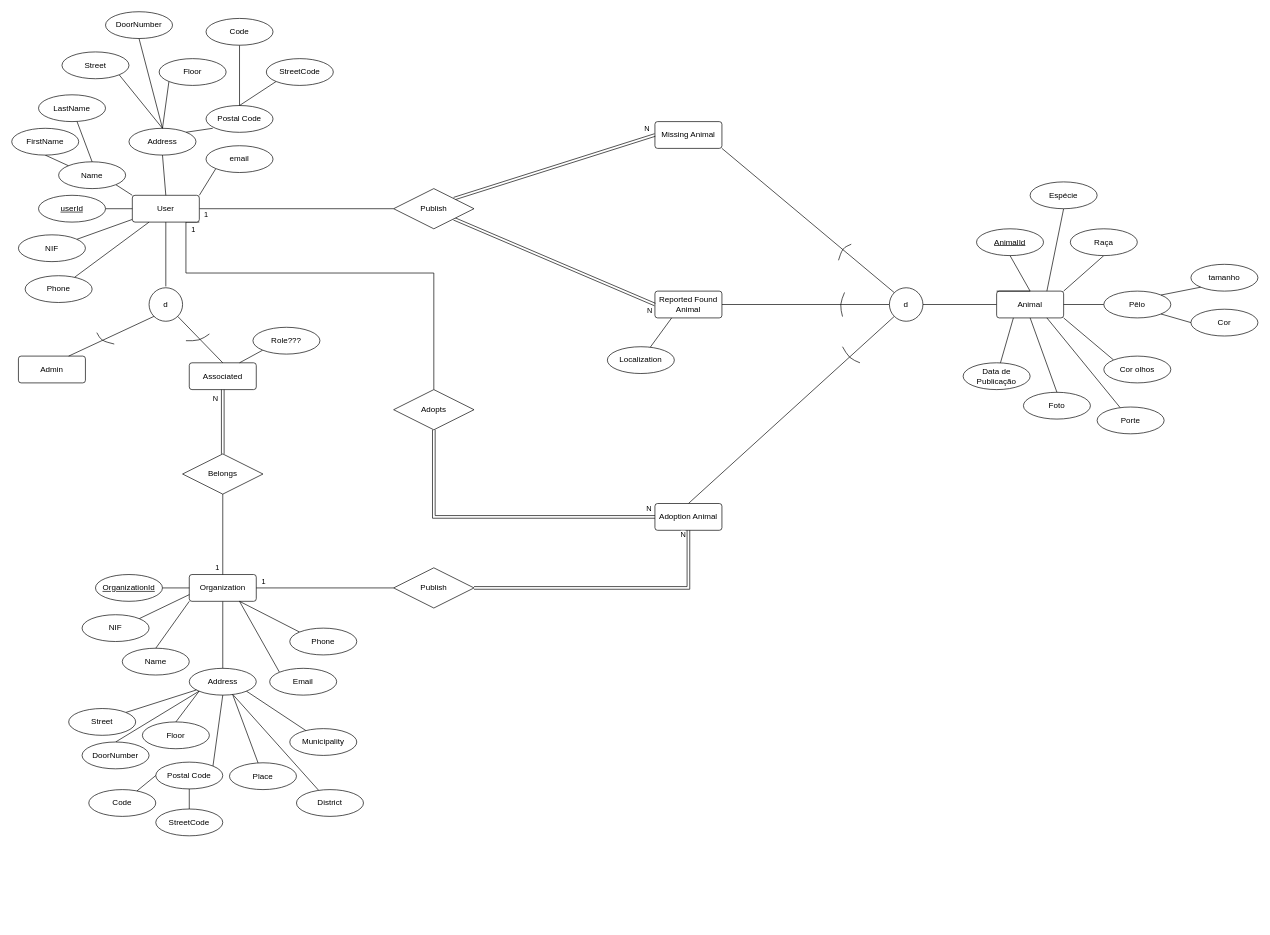
Before: Docs/DER.drawio in Projecto-Final-de-Curso-TeSP-PSI/pet-adoption, a draw.io diagram. Source tidied: cells renumbered, new cells numbered last; positions are measured from the earlier drawing's top-left corner, leaving out a move shared by most shapes. Both pictures are drawn from the tidied source at 67%, with x=0, y=0 at pixel (11, 11).
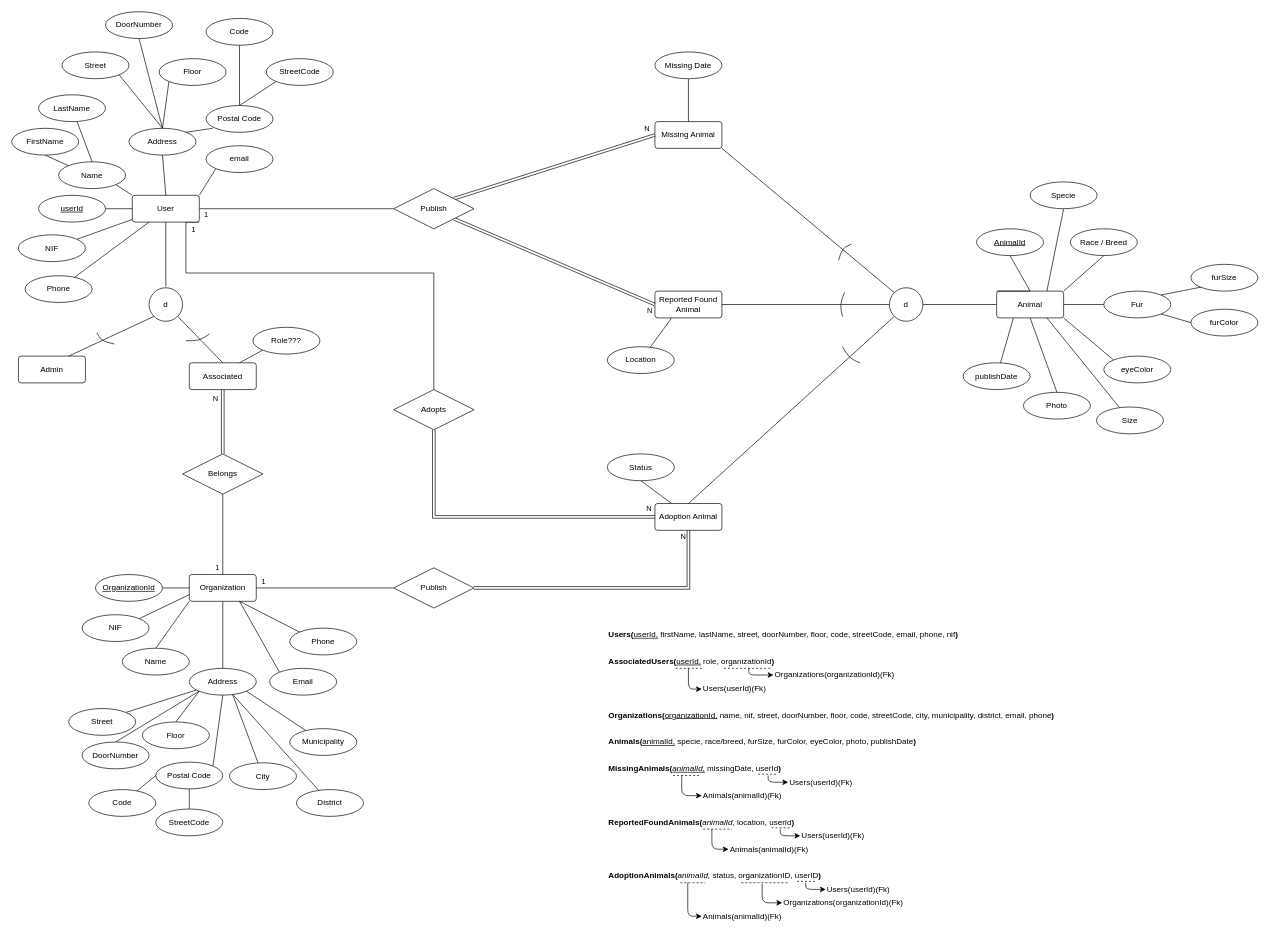
The same page after the edit.

Unchanged cells that the change refers to:
```xml
<mxCell id="16" value="Adoption Animal" style="rounded=1;arcSize=10;whiteSpace=wrap;html=1;align=center;" parent="1" vertex="1">
  <mxGeometry x="960" y="734" width="100" height="40" as="geometry" />
</mxCell>
<mxCell id="17" value="Missing Animal" style="rounded=1;arcSize=10;whiteSpace=wrap;html=1;align=center;" parent="1" vertex="1">
  <mxGeometry x="960" y="164" width="100" height="40" as="geometry" />
</mxCell>
<mxCell id="26" style="group;" parent="1" vertex="1">
  <mxGeometry x="55" y="840" width="490" height="320" as="geometry" />
</mxCell>
<mxCell id="82" style="edgeStyle=orthogonalEdgeStyle;rounded=0;jettySize=auto;html=1;exitX=1;exitY=0.5;exitDx=0;exitDy=0;entryX=0.5;entryY=1;entryDx=0;entryDy=0;endArrow=none;endFill=0;shape=link;" parent="1" edge="1" source="84" target="16">
  <mxGeometry relative="1" as="geometry" />
</mxCell>
```

What changed in the source:
```diff
@@
+    <mxCell id="139" style="rounded=0;jettySize=auto;html=1;exitX=0.25;exitY=0;exitDx=0;exitDy=0;entryX=0.5;entryY=1;entryDx=0;entryDy=0;endArrow=none;endFill=0;strokeWidth=1;" parent="1" edge="1" source="16" target="172">
+      <mxGeometry relative="1" as="geometry" />
+    </mxCell>
@@
-    <mxCell id="53" value="Place" style="ellipse;whiteSpace=wrap;html=1;align=center;" parent="26" vertex="1">
+    <mxCell id="53" value="City" style="ellipse;whiteSpace=wrap;html=1;align=center;" parent="26" vertex="1">
       <mxGeometry x="270" y="281" width="100" height="40" as="geometry" />
     </mxCell>
@@
-    <mxCell id="60" value="Data de Publicação" style="ellipse;whiteSpace=wrap;html=1;align=center;" parent="1" vertex="1">
+    <mxCell id="60" value="publishDate" style="ellipse;whiteSpace=wrap;html=1;align=center;" parent="1" vertex="1">
       <mxGeometry x="1420" y="524" width="100" height="40" as="geometry" />
     </mxCell>
-    <mxCell id="61" value="Foto" style="ellipse;whiteSpace=wrap;html=1;align=center;" parent="1" vertex="1">
+    <mxCell id="61" value="Photo" style="ellipse;whiteSpace=wrap;html=1;align=center;" parent="1" vertex="1">
       <mxGeometry x="1510" y="568" width="100" height="40" as="geometry" />
     </mxCell>
@@
-    <mxCell id="67" value="Cor" style="ellipse;whiteSpace=wrap;html=1;align=center;" parent="1" vertex="1">
+    <mxCell id="67" value="furColor" style="ellipse;whiteSpace=wrap;html=1;align=center;" parent="1" vertex="1">
       <mxGeometry x="1760" y="444" width="100" height="40" as="geometry" />
     </mxCell>
@@
-    <mxCell id="69" value="Porte" style="ellipse;whiteSpace=wrap;html=1;align=center;" parent="1" vertex="1">
-      <mxGeometry x="1620" y="590" width="100" height="40" as="geometry" />
+    <mxCell id="69" value="Size" style="ellipse;whiteSpace=wrap;html=1;align=center;" parent="1" vertex="1">
+      <mxGeometry x="1619" y="590" width="100" height="40" as="geometry" />
     </mxCell>
@@
-    <mxCell id="71" value="Cor olhos" style="ellipse;whiteSpace=wrap;html=1;align=center;" parent="1" vertex="1">
+    <mxCell id="71" value="eyeColor" style="ellipse;whiteSpace=wrap;html=1;align=center;" parent="1" vertex="1">
       <mxGeometry x="1630" y="514" width="100" height="40" as="geometry" />
     </mxCell>
@@
-    <mxCell id="73" value="Espécie" style="ellipse;whiteSpace=wrap;html=1;align=center;" parent="1" vertex="1">
+    <mxCell id="73" value="Specie" style="ellipse;whiteSpace=wrap;html=1;align=center;" parent="1" vertex="1">
       <mxGeometry x="1520" y="254" width="100" height="40" as="geometry" />
     </mxCell>
-    <mxCell id="74" value="tamanho" style="ellipse;whiteSpace=wrap;html=1;align=center;" parent="1" vertex="1">
+    <mxCell id="74" value="furSize" style="ellipse;whiteSpace=wrap;html=1;align=center;" parent="1" vertex="1">
       <mxGeometry x="1760" y="377" width="100" height="40" as="geometry" />
     </mxCell>
@@
-    <mxCell id="76" value="Pêlo" style="ellipse;whiteSpace=wrap;html=1;align=center;" parent="1" vertex="1">
+    <mxCell id="76" value="Fur" style="ellipse;whiteSpace=wrap;html=1;align=center;" parent="1" vertex="1">
       <mxGeometry x="1630" y="417" width="100" height="40" as="geometry" />
     </mxCell>
@@
-    <mxCell id="80" value="Raça" style="ellipse;whiteSpace=wrap;html=1;align=center;" parent="1" vertex="1">
+    <mxCell id="80" value="Race / Breed" style="ellipse;whiteSpace=wrap;html=1;align=center;" parent="1" vertex="1">
       <mxGeometry x="1580" y="324" width="100" height="40" as="geometry" />
     </mxCell>
@@
     <mxCell id="83" value="N" style="edgeLabel;html=1;align=center;verticalAlign=middle;" parent="82" vertex="1">
       <mxGeometry x="0.3" y="-1" relative="1" as="geometry">
-        <mxPoint x="47.1" y="-81" as="offset" />
+        <mxPoint x="47.1" y="-79" as="offset" />
       </mxGeometry>
     </mxCell>
@@
-    <mxCell id="138" value="Localization" style="ellipse;whiteSpace=wrap;html=1;align=center;" parent="1" vertex="1">
+    <mxCell id="138" value="Location" style="ellipse;whiteSpace=wrap;html=1;align=center;" parent="1" vertex="1">
       <mxGeometry x="889" y="500" width="100" height="40" as="geometry" />
     </mxCell>
+    <mxCell id="140" style="edgeStyle=orthogonalEdgeStyle;rounded=0;jettySize=auto;html=1;entryX=0.5;entryY=0;entryDx=0;entryDy=0;endArrow=none;endFill=0;" parent="1" edge="1" source="141" target="17">
+      <mxGeometry relative="1" as="geometry" />
+    </mxCell>
+    <mxCell id="141" value="Missing Date" style="ellipse;whiteSpace=wrap;html=1;align=center;" parent="1" vertex="1">
+      <mxGeometry x="960" y="60" width="100" height="40" as="geometry" />
+    </mxCell>
+    <mxCell id="142" value="&lt;b&gt;Users(&lt;/b&gt;&lt;u&gt;userId,&lt;/u&gt;&amp;nbsp;firstName, lastName, street, doorNumber, floor, code, streetCode, email, phone, nif&lt;b&gt;)&lt;/b&gt;" style="text;html=1;strokeColor=none;fillColor=none;align=left;verticalAlign=middle;rounded=0;" parent="1" vertex="1">
+      <mxGeometry x="889" y="920" width="190" height="20" as="geometry" />
+    </mxCell>
+    <mxCell id="143" value="&lt;div&gt;&lt;b&gt;Organizations(&lt;/b&gt;&lt;u&gt;organizationId,&lt;/u&gt;&lt;span&gt;&amp;nbsp;name, nif, street, doorNumber, floor, code, streetCode, city, municipality, district, email, phone&lt;/span&gt;&lt;b&gt;)&lt;/b&gt;&lt;/div&gt;" style="text;html=1;strokeColor=none;fillColor=none;align=left;verticalAlign=middle;rounded=0;" parent="1" vertex="1">
+      <mxGeometry x="889" y="1040" width="40" height="20" as="geometry" />
+    </mxCell>
+    <mxCell id="144" value="&lt;b&gt;Animals(&lt;/b&gt;&lt;u&gt;animalId,&lt;/u&gt;&amp;nbsp;specie, race/breed, furSize, furColor, eyeColor, photo, publishDate&lt;b&gt;)&lt;/b&gt;" style="text;html=1;strokeColor=none;fillColor=none;align=left;verticalAlign=middle;rounded=0;" parent="1" vertex="1">
+      <mxGeometry x="889" y="1080" width="40" height="20" as="geometry" />
+    </mxCell>
+    <mxCell id="145" style="group;" parent="1" vertex="1">
+      <mxGeometry x="889" y="1120" width="181" height="60" as="geometry" />
+    </mxCell>
+    <mxCell id="146" value="&lt;b&gt;MissingAnimals(&lt;/b&gt;&lt;i&gt;&lt;u&gt;animalId,&lt;/u&gt;&amp;nbsp;&lt;/i&gt;missingDate, userId&lt;b&gt;)&lt;/b&gt;" style="text;html=1;strokeColor=none;fillColor=none;align=left;verticalAlign=middle;rounded=0;" parent="145" vertex="1">
+      <mxGeometry width="40" height="20" as="geometry" />
+    </mxCell>
+    <mxCell id="147" style="endArrow=none;dashed=1;html=1;strokeWidth=1;" parent="145" edge="1">
+      <mxGeometry relative="1" as="geometry">
+        <mxPoint x="98" y="20" as="sourcePoint" />
+        <mxPoint x="140" y="20" as="targetPoint" />
+      </mxGeometry>
+    </mxCell>
+    <mxCell id="148" value="Animals(animalId)(Fk)" style="text;html=1;strokeColor=none;fillColor=none;align=left;verticalAlign=middle;rounded=0;" parent="145" vertex="1">
+      <mxGeometry x="141" y="40" width="40" height="20" as="geometry" />
+    </mxCell>
+    <mxCell id="149" style="group;" parent="1" vertex="1">
+      <mxGeometry x="889" y="1200" width="181" height="49" as="geometry" />
+    </mxCell>
+    <mxCell id="150" value="&lt;b&gt;ReportedFoundAnimals(&lt;/b&gt;&lt;i&gt;animalId,&lt;/i&gt;&amp;nbsp;location, userId&lt;b&gt;)&lt;/b&gt;" style="text;html=1;strokeColor=none;fillColor=none;align=left;verticalAlign=middle;rounded=0;" parent="149" vertex="1">
+      <mxGeometry width="40" height="20" as="geometry" />
+    </mxCell>
+    <mxCell id="151" style="endArrow=classic;html=1;edgeStyle=orthogonalEdgeStyle;entryX=0;entryY=0.5;entryDx=0;entryDy=0;" parent="149" edge="1" target="157">
+      <mxGeometry relative="1" as="geometry">
+        <mxPoint x="156" y="20" as="sourcePoint" />
+        <Array as="points">
+          <mxPoint x="156" y="50" />
+        </Array>
+      </mxGeometry>
+    </mxCell>
+    <mxCell id="152" style="endArrow=none;dashed=1;html=1;strokeWidth=1;" parent="149" edge="1">
+      <mxGeometry relative="1" as="geometry">
+        <mxPoint x="143" y="20" as="sourcePoint" />
+        <mxPoint x="186" y="20" as="targetPoint" />
+      </mxGeometry>
+    </mxCell>
+    <mxCell id="153" style="group;" parent="1" vertex="1">
+      <mxGeometry x="889" y="1280" width="181" height="49" as="geometry" />
+    </mxCell>
+    <mxCell id="154" value="&lt;b&gt;AdoptionAnimals(&lt;/b&gt;&lt;i&gt;animalId,&lt;/i&gt;&amp;nbsp;status, organizationID, userID&lt;b&gt;)&lt;/b&gt;" style="text;html=1;strokeColor=none;fillColor=none;align=left;verticalAlign=middle;rounded=0;" parent="153" vertex="1">
+      <mxGeometry width="40" height="20" as="geometry" />
+    </mxCell>
+    <mxCell id="155" style="endArrow=classic;html=1;edgeStyle=orthogonalEdgeStyle;entryX=0;entryY=0.5;entryDx=0;entryDy=0;" parent="153" edge="1" target="165">
+      <mxGeometry relative="1" as="geometry">
+        <mxPoint x="120" y="20" as="sourcePoint" />
+        <Array as="points">
+          <mxPoint x="120" y="70" />
+        </Array>
+      </mxGeometry>
+    </mxCell>
+    <mxCell id="156" style="endArrow=none;dashed=1;html=1;strokeWidth=1;" parent="153" edge="1">
+      <mxGeometry relative="1" as="geometry">
+        <mxPoint x="109" y="20" as="sourcePoint" />
+        <mxPoint x="146" y="20" as="targetPoint" />
+      </mxGeometry>
+    </mxCell>
+    <mxCell id="157" value="Animals(animalId)(Fk)" style="text;html=1;strokeColor=none;fillColor=none;align=left;verticalAlign=middle;rounded=0;" parent="1" vertex="1">
+      <mxGeometry x="1070" y="1240" width="40" height="20" as="geometry" />
+    </mxCell>
+    <mxCell id="158" style="endArrow=none;dashed=1;html=1;strokeWidth=1;" parent="1" edge="1">
+      <mxGeometry relative="1" as="geometry">
+        <mxPoint x="1114" y="1138" as="sourcePoint" />
+        <mxPoint x="1144" y="1138" as="targetPoint" />
+      </mxGeometry>
+    </mxCell>
+    <mxCell id="159" style="endArrow=classic;html=1;strokeWidth=1;entryX=0;entryY=0.5;entryDx=0;entryDy=0;" parent="1" edge="1" target="148">
+      <mxGeometry relative="1" as="geometry">
+        <mxPoint x="1000" y="1140" as="sourcePoint" />
+        <Array as="points">
+          <mxPoint x="1000" y="1170" />
+        </Array>
+      </mxGeometry>
+    </mxCell>
+    <mxCell id="160" style="endArrow=classic;html=1;strokeWidth=1;entryX=0;entryY=0.5;entryDx=0;entryDy=0;" parent="1" edge="1">
+      <mxGeometry relative="1" as="geometry">
+        <mxPoint x="1129" y="1140" as="sourcePoint" />
+        <mxPoint x="1159" y="1150" as="targetPoint" />
+        <Array as="points">
+          <mxPoint x="1129" y="1150" />
+        </Array>
+      </mxGeometry>
+    </mxCell>
+    <mxCell id="161" value="Users(userId)(Fk)" style="text;html=1;strokeColor=none;fillColor=none;align=left;verticalAlign=middle;rounded=0;" parent="1" vertex="1">
+      <mxGeometry x="1159" y="1140" width="40" height="20" as="geometry" />
+    </mxCell>
+    <mxCell id="162" style="endArrow=none;dashed=1;html=1;strokeWidth=1;" parent="1" edge="1">
+      <mxGeometry relative="1" as="geometry">
+        <mxPoint x="1134" y="1218" as="sourcePoint" />
+        <mxPoint x="1164" y="1218" as="targetPoint" />
+      </mxGeometry>
+    </mxCell>
+    <mxCell id="163" style="endArrow=classic;html=1;strokeWidth=1;entryX=0;entryY=0.5;entryDx=0;entryDy=0;" parent="1" edge="1" target="164">
+      <mxGeometry relative="1" as="geometry">
+        <mxPoint x="1147" y="1220" as="sourcePoint" />
+        <Array as="points">
+          <mxPoint x="1147" y="1230" />
+        </Array>
+      </mxGeometry>
+    </mxCell>
+    <mxCell id="164" value="Users(userId)(Fk)" style="text;html=1;strokeColor=none;fillColor=none;align=left;verticalAlign=middle;rounded=0;" parent="1" vertex="1">
+      <mxGeometry x="1177" y="1220" width="40" height="20" as="geometry" />
+    </mxCell>
+    <mxCell id="165" value="Animals(animalId)(Fk)" style="text;html=1;strokeColor=none;fillColor=none;align=left;verticalAlign=middle;rounded=0;" parent="1" vertex="1">
+      <mxGeometry x="1030" y="1340" width="40" height="20" as="geometry" />
+    </mxCell>
+    <mxCell id="166" style="endArrow=none;dashed=1;html=1;strokeWidth=1;" parent="1" edge="1">
+      <mxGeometry relative="1" as="geometry">
+        <mxPoint x="1172" y="1298" as="sourcePoint" />
+        <mxPoint x="1202" y="1298" as="targetPoint" />
+      </mxGeometry>
+    </mxCell>
+    <mxCell id="167" style="endArrow=classic;html=1;strokeWidth=1;entryX=0;entryY=0.5;entryDx=0;entryDy=0;" parent="1" edge="1" target="168">
+      <mxGeometry relative="1" as="geometry">
+        <mxPoint x="1185" y="1300" as="sourcePoint" />
+        <Array as="points">
+          <mxPoint x="1185" y="1310" />
+        </Array>
+      </mxGeometry>
+    </mxCell>
+    <mxCell id="168" value="Users(userId)(Fk)" style="text;html=1;strokeColor=none;fillColor=none;align=left;verticalAlign=middle;rounded=0;" parent="1" vertex="1">
+      <mxGeometry x="1215" y="1300" width="40" height="20" as="geometry" />
+    </mxCell>
+    <mxCell id="169" style="endArrow=none;dashed=1;html=1;strokeWidth=1;" parent="1" edge="1">
+      <mxGeometry relative="1" as="geometry">
+        <mxPoint x="1089" y="1300" as="sourcePoint" />
+        <mxPoint x="1159" y="1300" as="targetPoint" />
+      </mxGeometry>
+    </mxCell>
+    <mxCell id="170" style="endArrow=classic;html=1;strokeWidth=1;entryX=0;entryY=0.5;entryDx=0;entryDy=0;" parent="1" edge="1" target="171">
+      <mxGeometry relative="1" as="geometry">
+        <mxPoint x="1120" y="1302" as="sourcePoint" />
+        <Array as="points">
+          <mxPoint x="1120" y="1330" />
+        </Array>
+      </mxGeometry>
+    </mxCell>
+    <mxCell id="171" value="Organizations(organizationId)(Fk)" style="text;html=1;strokeColor=none;fillColor=none;align=left;verticalAlign=middle;rounded=0;" parent="1" vertex="1">
+      <mxGeometry x="1150" y="1320" width="40" height="20" as="geometry" />
+    </mxCell>
+    <mxCell id="172" value="Status" style="ellipse;whiteSpace=wrap;html=1;align=center;" parent="1" vertex="1">
+      <mxGeometry x="889" y="660" width="100" height="40" as="geometry" />
+    </mxCell>
+    <mxCell id="173" value="&lt;b&gt;AssociatedUsers(&lt;/b&gt;&lt;u&gt;userId,&lt;/u&gt;&amp;nbsp;role, organizationId&lt;b&gt;)&lt;/b&gt;" style="text;html=1;strokeColor=none;fillColor=none;align=left;verticalAlign=middle;rounded=0;" parent="1" vertex="1">
+      <mxGeometry x="889" y="960" width="40" height="20" as="geometry" />
+    </mxCell>
+    <mxCell id="174" style="endArrow=none;dashed=1;html=1;strokeWidth=1;" parent="1" edge="1">
+      <mxGeometry relative="1" as="geometry">
+        <mxPoint x="991" y="980" as="sourcePoint" />
+        <mxPoint x="1030" y="980" as="targetPoint" />
+      </mxGeometry>
+    </mxCell>
+    <mxCell id="175" style="endArrow=none;dashed=1;html=1;strokeWidth=1;" parent="1" edge="1">
+      <mxGeometry relative="1" as="geometry">
+        <mxPoint x="1063" y="980" as="sourcePoint" />
+        <mxPoint x="1133" y="980" as="targetPoint" />
+      </mxGeometry>
+    </mxCell>
+    <mxCell id="176" style="endArrow=classic;html=1;strokeWidth=1;entryX=0;entryY=0.5;entryDx=0;entryDy=0;" parent="1" edge="1" target="177">
+      <mxGeometry relative="1" as="geometry">
+        <mxPoint x="1010" y="980" as="sourcePoint" />
+        <Array as="points">
+          <mxPoint x="1010" y="1011" />
+        </Array>
+      </mxGeometry>
+    </mxCell>
+    <mxCell id="177" value="Users(userId)(Fk)" style="text;html=1;strokeColor=none;fillColor=none;align=left;verticalAlign=middle;rounded=0;" parent="1" vertex="1">
+      <mxGeometry x="1030" y="1001" width="40" height="20" as="geometry" />
+    </mxCell>
+    <mxCell id="178" value="Organizations(organizationId)(Fk)" style="text;html=1;strokeColor=none;fillColor=none;align=left;verticalAlign=middle;rounded=0;" parent="1" vertex="1">
+      <mxGeometry x="1137" y="980" width="40" height="20" as="geometry" />
+    </mxCell>
+    <mxCell id="179" style="endArrow=classic;html=1;strokeWidth=1;entryX=0;entryY=0.5;entryDx=0;entryDy=0;" parent="1" edge="1" target="178">
+      <mxGeometry relative="1" as="geometry">
+        <mxPoint x="1100" y="980" as="sourcePoint" />
+        <Array as="points">
+          <mxPoint x="1100" y="990" />
+        </Array>
+      </mxGeometry>
+    </mxCell>
```
